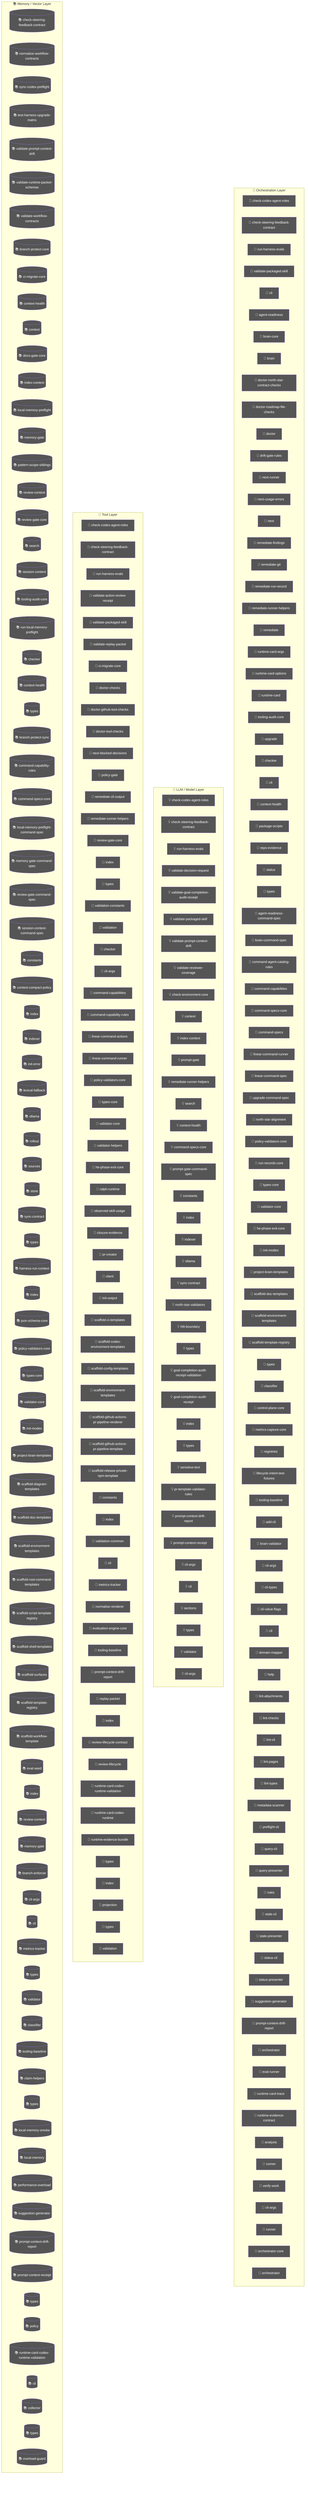
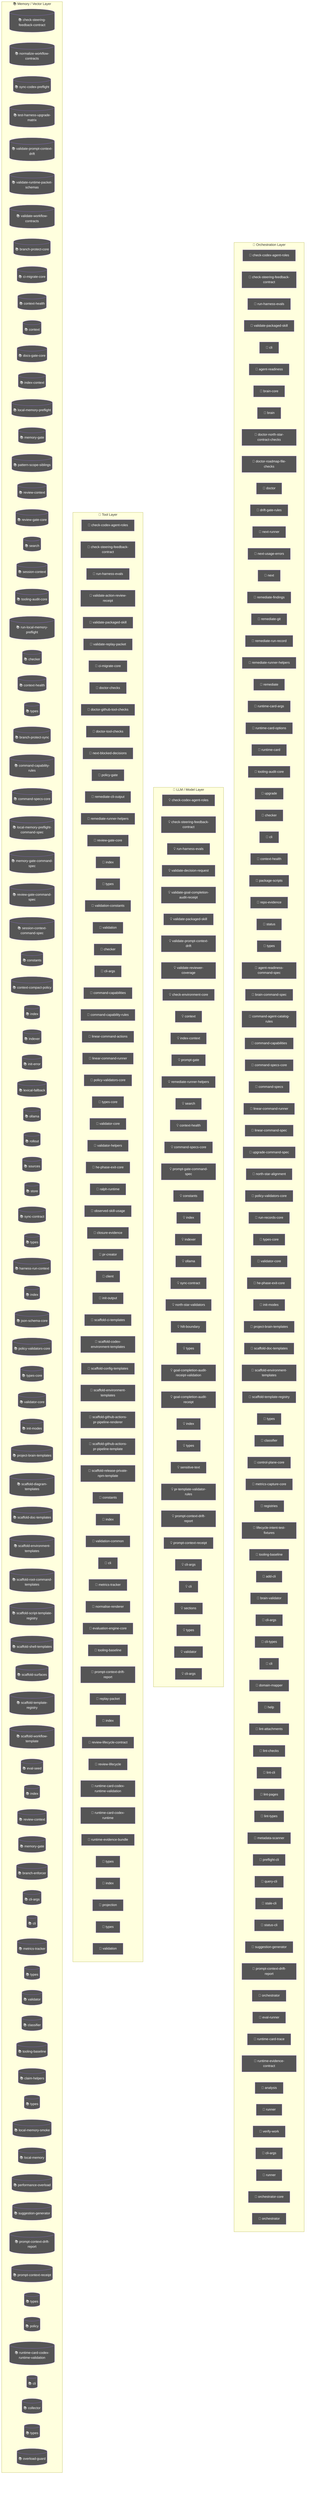
flowchart TD
  subgraph Orchestration["🎯 Orchestration Layer"]
    node_agent_mmd_orchestration_layer_orchestration_chec_7a9f0b64["🤖 check-codex-agent-roles"]
    node_agent_mmd_orchestration_layer_orchestration_chec_7fd47f5c["🤖 check-steering-feedback-contract"]
    node_agent_mmd_orchestration_layer_orchestration_run__18817957["🤖 run-harness-evals"]
    node_agent_mmd_orchestration_layer_orchestration_vali_c01b04be["🤖 validate-packaged-skill"]
    cli_99bb8840["🤖 cli"]
    agent_readiness_c82c68e6["🤖 agent-readiness"]
    brain_core_aa07c380["🤖 brain-core"]
    brain_bbbf7a64["🤖 brain"]
    doctor_north_star_contract_checks_0048124c["🤖 doctor-north-star-contract-checks"]
    doctor_roadmap_file_checks_14447b8e["🤖 doctor-roadmap-file-checks"]
    doctor_72f4be89["🤖 doctor"]
    drift_gate_rules_9685e72d["🤖 drift-gate-rules"]
    next_runner_41643472["🤖 next-runner"]
    next_usage_errors_837a345a["🤖 next-usage-errors"]
    next_c6c1c9a9["🤖 next"]
    remediate_findings_8b09c8c6["🤖 remediate-findings"]
    remediate_git_58c6f6f4["🤖 remediate-git"]
    remediate_run_record_9dfe5dc1["🤖 remediate-run-record"]
    node_agent_mmd_orchestration_layer_orchestration_reme_359fe98f["🤖 remediate-runner-helpers"]
    remediate_06b9c7fc["🤖 remediate"]
    runtime_card_args_2b3d4b28["🤖 runtime-card-args"]
    runtime_card_options_c9156ad5["🤖 runtime-card-options"]
    runtime_card_e06b53e1["🤖 runtime-card"]
    node_agent_mmd_orchestration_layer_orchestration_tool_acfe0c01["🤖 tooling-audit-core"]
    upgrade_7fef9479["🤖 upgrade"]
    node_agent_mmd_orchestration_layer_orchestration_chec_0550c395["🤖 checker"]
    cli_1_084e05fe["🤖 cli"]
    node_agent_mmd_orchestration_layer_orchestration_cont_61b3b9c9["🤖 context-health"]
    package_scripts_3ee6150f["🤖 package-scripts"]
    repo_evidence_38bb1de5["🤖 repo-evidence"]
    status_073c1634["🤖 status"]
    node_agent_mmd_orchestration_layer_orchestration_type_4f906dcc["🤖 types"]
    agent_readiness_command_spec_a30c2c1e["🤖 agent-readiness-command-spec"]
    brain_command_spec_15b122d5["🤖 brain-command-spec"]
    command_agent_catalog_rules_8e06b2af["🤖 command-agent-catalog-rules"]
    node_agent_mmd_orchestration_layer_orchestration_comm_6e41a7f7["🤖 command-capabilities"]
    node_agent_mmd_orchestration_layer_orchestration_comm_1f8cc24c["🤖 command-specs-core"]
    command_specs_69167c63["🤖 command-specs"]
    node_agent_mmd_orchestration_layer_orchestration_line_b67affd5["🤖 linear-command-runner"]
    linear_command_spec_1e12dd44["🤖 linear-command-spec"]
    upgrade_command_spec_03f6c7bd["🤖 upgrade-command-spec"]
    north_star_alignment_00440188["🤖 north-star-alignment"]
    node_agent_mmd_orchestration_layer_orchestration_poli_3270b55d["🤖 policy-validators-core"]
    run_records_core_89286dfa["🤖 run-records-core"]
    node_agent_mmd_orchestration_layer_orchestration_type_7cf81261["🤖 types-core"]
    node_agent_mmd_orchestration_layer_orchestration_vali_d9fe99e6["🤖 validator-core"]
    node_agent_mmd_orchestration_layer_orchestration_he_p_fc778c24["🤖 he-phase-exit-core"]
    node_agent_mmd_orchestration_layer_orchestration_init_2a9c3ecb["🤖 init-modes"]
    node_agent_mmd_orchestration_layer_orchestration_proj_6ab6f60f["🤖 project-brain-templates"]
    node_agent_mmd_orchestration_layer_orchestration_scaf_12cc07db["🤖 scaffold-doc-templates"]
    node_agent_mmd_orchestration_layer_orchestration_scaf_c9a90c2f["🤖 scaffold-environment-templates"]
    node_agent_mmd_orchestration_layer_orchestration_scaf_ff8f92f6["🤖 scaffold-template-registry"]
    types_15_86775c96["🤖 types"]
    node_agent_mmd_orchestration_layer_orchestration_clas_899b821a["🤖 classifier"]
    control_plane_core_db3b4cb2["🤖 control-plane-core"]
    metrics_capture_core_db4bf7cf["🤖 metrics-capture-core"]
    registries_06402afa["🤖 registries"]
    lifecycle_intent_test_fixtures_a53c7ada["🤖 lifecycle-intent-test-fixtures"]
    node_agent_mmd_orchestration_layer_orchestration_tool_cc43149f["🤖 tooling-baseline"]
    add_cli_7614de25["🤖 add-cli"]
    brain_validator_be251832["🤖 brain-validator"]
    cli_args_8_d546936e["🤖 cli-args"]
    cli_types_1686e858["🤖 cli-types"]
-     cli_value_flags_732a8e43["🤖 cli-value-flags"]
    cli_9_b54c1407["🤖 cli"]
    domain_mapper_cd9333d2["🤖 domain-mapper"]
    help_106a5842["🤖 help"]
    lint_attachments_873c0632["🤖 lint-attachments"]
    lint_checks_83522b19["🤖 lint-checks"]
    lint_cli_9ec62ec0["🤖 lint-cli"]
    lint_pages_e33301d0["🤖 lint-pages"]
    lint_types_2862c255["🤖 lint-types"]
    metadata_scanner_6a101b66["🤖 metadata-scanner"]
    preflight_cli_5d148379["🤖 preflight-cli"]
    query_cli_b95be64d["🤖 query-cli"]
-     query_presenter_02e6077c["🤖 query-presenter"]
-     rules_6c621d1a["🤖 rules"]
    stale_cli_64548720["🤖 stale-cli"]
-     stale_presenter_1de4e3a2["🤖 stale-presenter"]
    status_cli_4c24a0d6["🤖 status-cli"]
-     status_presenter_8de686c1["🤖 status-presenter"]
    node_agent_mmd_orchestration_layer_orchestration_sugg_85c5ebe3["🤖 suggestion-generator"]
    node_agent_mmd_orchestration_layer_orchestration_prom_d17b4de2["🤖 prompt-context-drift-report"]
    orchestrator_11376b7e["🤖 orchestrator"]
    eval_runner_0966a6b3["🤖 eval-runner"]
    runtime_card_trace_64a5ca95["🤖 runtime-card-trace"]
    runtime_evidence_contract_0f7b15b2["🤖 runtime-evidence-contract"]
    analysis_f44e85c4["🤖 analysis"]
    runner_527aa9f4["🤖 runner"]
    verify_work_1_cd8e7ec3["🤖 verify-work"]
    cli_args_14_3481043e["🤖 cli-args"]
    runner_1_6f281bf8["🤖 runner"]
    orchestrator_core_d0678b53["🤖 orchestrator-core"]
    orchestrator_1_6b7137c5["🤖 orchestrator"]
  end
  subgraph LLMLayer["🧠 LLM / Model Layer"]
    node_agent_mmd_llm_model_layer_llmlayer_check_codex_a_29e7b7fa["💡 check-codex-agent-roles"]
    node_agent_mmd_llm_model_layer_llmlayer_check_steerin_0e1bf90d["💡 check-steering-feedback-contract"]
    node_agent_mmd_llm_model_layer_llmlayer_run_harness_e_603fcfdc["💡 run-harness-evals"]
    validate_decision_request_2e5c325e["💡 validate-decision-request"]
    validate_goal_completion_audit_receipt_100d252c["💡 validate-goal-completion-audit-receipt"]
    node_agent_mmd_llm_model_layer_llmlayer_validate_pack_2a12e1f4["💡 validate-packaged-skill"]
    node_agent_mmd_llm_model_layer_llmlayer_validate_prom_9880f764["💡 validate-prompt-context-drift"]
    validate_reviewer_coverage_251efee3["💡 validate-reviewer-coverage"]
    check_environment_core_2c16213f["💡 check-environment-core"]
    node_agent_mmd_llm_model_layer_llmlayer_context_conte_ad2dfbd9["💡 context"]
    node_agent_mmd_llm_model_layer_llmlayer_index_context_1041bd11["💡 index-context"]
    prompt_gate_c5e9d207["💡 prompt-gate"]
    node_agent_mmd_llm_model_layer_llmlayer_remediate_run_9e3d4585["💡 remediate-runner-helpers"]
    node_agent_mmd_llm_model_layer_llmlayer_search_search_66b9a911["💡 search"]
    node_agent_mmd_llm_model_layer_llmlayer_context_healt_cfc0bfa8["💡 context-health"]
    node_agent_mmd_llm_model_layer_llmlayer_command_specs_782af9fa["💡 command-specs-core"]
    prompt_gate_command_spec_9a941482["💡 prompt-gate-command-spec"]
    node_agent_mmd_llm_model_layer_llmlayer_constants_con_c9bd3f6c["💡 constants"]
    node_agent_mmd_llm_model_layer_llmlayer_index_index_1_02e160ff["💡 index"]
    node_agent_mmd_llm_model_layer_llmlayer_indexer_index_4f4deef5["💡 indexer"]
    node_agent_mmd_llm_model_layer_llmlayer_ollama_ollama_968b23fa["💡 ollama"]
    node_agent_mmd_llm_model_layer_llmlayer_sync_contract_9f3cc8c1["💡 sync-contract"]
    north_star_validators_cfc926ce["💡 north-star-validators"]
    hilt_boundary_9b36fb15["💡 hilt-boundary"]
    types_9_1db4641f["💡 types"]
    goal_completion_audit_receipt_validation_9d0f4891["💡 goal-completion-audit-receipt-validation"]
    goal_completion_audit_receipt_5e4939c3["💡 goal-completion-audit-receipt"]
    index_4_013aa0e3["💡 index"]
    node_agent_mmd_llm_model_layer_llmlayer_constants_con_c9bd3f6c["💡 constants"]
    types_16_0fae1112["💡 types"]
    sensitive_text_7c11f760["💡 sensitive-text"]
    pr_template_validator_rules_20a32d6b["💡 pr-template-validator-rules"]
    node_agent_mmd_llm_model_layer_llmlayer_index_index_1_02e160ff["💡 index"]
    node_agent_mmd_llm_model_layer_llmlayer_prompt_contex_81f9066a["💡 prompt-context-drift-report"]
    node_agent_mmd_llm_model_layer_llmlayer_index_index_1_02e160ff["💡 index"]
    node_agent_mmd_llm_model_layer_llmlayer_prompt_contex_6426acc2["💡 prompt-context-receipt"]
    cli_args_9_9c136878["💡 cli-args"]
    cli_10_35dc8cbd["💡 cli"]
    sections_4697ef32["💡 sections"]
    types_26_a5814179["💡 types"]
    validator_6_3688adbf["💡 validator"]
    cli_args_10_861cdd3f["💡 cli-args"]
  end
  subgraph ToolLayer["🔧 Tool Layer"]
    node_agent_mmd_tool_layer_toollayer_check_codex_agent_4b361d5a["🔧 check-codex-agent-roles"]
    node_agent_mmd_tool_layer_toollayer_check_steering_fe_eafecf3a["🔧 check-steering-feedback-contract"]
    node_agent_mmd_tool_layer_toollayer_run_harness_evals_e2ee24f1["🔧 run-harness-evals"]
    validate_action_review_receipt_fa2f06c3["🔧 validate-action-review-receipt"]
    node_agent_mmd_tool_layer_toollayer_validate_packaged_2855c827["🔧 validate-packaged-skill"]
    validate_replay_packet_f309747e["🔧 validate-replay-packet"]
    node_agent_mmd_tool_layer_toollayer_ci_migrate_core_c_049f8460["🔧 ci-migrate-core"]
    doctor_checks_5a2eb2b9["🔧 doctor-checks"]
    doctor_github_tool_checks_a53b0382["🔧 doctor-github-tool-checks"]
    doctor_tool_checks_4acac51a["🔧 doctor-tool-checks"]
    next_blocked_decisions_4140ad2b["🔧 next-blocked-decisions"]
    policy_gate_213f7313["🔧 policy-gate"]
    remediate_cli_output_cc165396["🔧 remediate-cli-output"]
    node_agent_mmd_tool_layer_toollayer_remediate_runner__c003b871["🔧 remediate-runner-helpers"]
    node_agent_mmd_tool_layer_toollayer_review_gate_core__7704598b["🔧 review-gate-core"]
    index_1bc04b52["🔧 index"]
    types_1_4ecdf56e["🔧 types"]
    validation_constants_e002a0f6["🔧 validation-constants"]
    validation_98c41dcd["🔧 validation"]
    node_agent_mmd_tool_layer_toollayer_checker_checker_2_453d593b["🔧 checker"]
    cli_args_1_6144b055["🔧 cli-args"]
    node_agent_mmd_tool_layer_toollayer_command_capabilit_7fe13db1["🔧 command-capabilities"]
    node_agent_mmd_tool_layer_toollayer_command_capabilit_e97a4615["🔧 command-capability-rules"]
    linear_command_actions_e430f4f4["🔧 linear-command-actions"]
    node_agent_mmd_tool_layer_toollayer_linear_command_ru_d6763748["🔧 linear-command-runner"]
    node_agent_mmd_tool_layer_toollayer_policy_validators_af136abf["🔧 policy-validators-core"]
    node_agent_mmd_tool_layer_toollayer_types_core_types__6c8319b6["🔧 types-core"]
    node_agent_mmd_tool_layer_toollayer_validator_core_va_6ef6131f["🔧 validator-core"]
    validator_helpers_7b927667["🔧 validator-helpers"]
    node_agent_mmd_tool_layer_toollayer_he_phase_exit_cor_af016160["🔧 he-phase-exit-core"]
    ralph_runtime_73d63c0e["🔧 ralph-runtime"]
    observed_skill_usage_ed7d5930["🔧 observed-skill-usage"]
    closure_evidence_aaa31467["🔧 closure-evidence"]
    pr_creator_dc6b1ea4["🔧 pr-creator"]
    client_948fe603["🔧 client"]
    init_output_360dce91["🔧 init-output"]
    scaffold_ci_templates_2afd6392["🔧 scaffold-ci-templates"]
    scaffold_codex_environment_templates_334fbbed["🔧 scaffold-codex-environment-templates"]
    scaffold_config_templates_4b80ce53["🔧 scaffold-config-templates"]
    node_agent_mmd_tool_layer_toollayer_scaffold_environm_c1afc013["🔧 scaffold-environment-templates"]
    scaffold_github_actions_pr_pipeline_renderer_1ee18de5["🔧 scaffold-github-actions-pr-pipeline-renderer"]
    scaffold_github_actions_pr_pipeline_template_e2b85f62["🔧 scaffold-github-actions-pr-pipeline-template"]
    scaffold_release_private_npm_template_075499f8["🔧 scaffold-release-private-npm-template"]
    node_agent_mmd_tool_layer_toollayer_constants_constan_9d71b829["🔧 constants"]
    index_8_6f0f20ec["🔧 index"]
    validation_common_6161e48b["🔧 validation-common"]
    node_agent_mmd_tool_layer_toollayer_cli_cli_2_1_32d9eeaf["🔧 cli"]
    node_agent_mmd_tool_layer_toollayer_metrics_tracker_m_4c9237d8["🔧 metrics-tracker"]
    normalise_renderer_85f2e563["🔧 normalise-renderer"]
    evaluation_engine_core_e054fe49["🔧 evaluation-engine-core"]
    node_agent_mmd_tool_layer_toollayer_tooling_baseline__61e66e9f["🔧 tooling-baseline"]
    node_agent_mmd_tool_layer_toollayer_prompt_context_dr_a2772f2b["🔧 prompt-context-drift-report"]
    replay_packet_a1293f88["🔧 replay-packet"]
    index_13_97df39c8["🔧 index"]
    review_lifecycle_contract_e5447221["🔧 review-lifecycle-contract"]
    review_lifecycle_89afa64c["🔧 review-lifecycle"]
    node_agent_mmd_tool_layer_toollayer_runtime_card_code_3636ceac["🔧 runtime-card-codex-runtime-validation"]
    runtime_card_codex_runtime_0655e230["🔧 runtime-card-codex-runtime"]
    runtime_evidence_bundle_d471a232["🔧 runtime-evidence-bundle"]
    types_35_93e66c64["🔧 types"]
    index_16_373c8a49["🔧 index"]
    projection_1b250ea1["🔧 projection"]
    types_37_32ccf9f9["🔧 types"]
    validation_7_c4e6d8b6["🔧 validation"]
  end
  subgraph MemoryLayer["📚 Memory / Vector Layer"]
    node_agent_mmd_memory_vector_layer_memorylayer_check__64c86928[("📚 check-steering-feedback-contract")]
    normalize_workflow_contracts_8701f1c8[("📚 normalize-workflow-contracts")]
    sync_codex_preflight_7e7a8dc2[("📚 sync-codex-preflight")]
    test_harness_upgrade_matrix_84113c4e[("📚 test-harness-upgrade-matrix")]
    node_agent_mmd_memory_vector_layer_memorylayer_valida_c52c4db8[("📚 validate-prompt-context-drift")]
    validate_runtime_packet_schemas_bc3ba8ec[("📚 validate-runtime-packet-schemas")]
    validate_workflow_contracts_33dc063c[("📚 validate-workflow-contracts")]
    branch_protect_core_a8feb0fd[("📚 branch-protect-core")]
    node_agent_mmd_memory_vector_layer_memorylayer_ci_mig_0cd5b1a4[("📚 ci-migrate-core")]
    context_health_80bb7da9[("📚 context-health")]
    node_agent_mmd_memory_vector_layer_memorylayer_contex_78ceaaa9[("📚 context")]
    docs_gate_core_eb9b6c18[("📚 docs-gate-core")]
    node_agent_mmd_memory_vector_layer_memorylayer_index__6f3402d0[("📚 index-context")]
    local_memory_preflight_dcc36c42[("📚 local-memory-preflight")]
    memory_gate_a577a506[("📚 memory-gate")]
    pattern_scope_siblings_43abe000[("📚 pattern-scope-siblings")]
    review_context_ca6cf81d[("📚 review-context")]
    node_agent_mmd_memory_vector_layer_memorylayer_review_5bee9816[("📚 review-gate-core")]
    node_agent_mmd_memory_vector_layer_memorylayer_search_ac35cb7e[("📚 search")]
    session_context_e5ec72c0[("📚 session-context")]
    node_agent_mmd_memory_vector_layer_memorylayer_toolin_a1185b8f[("📚 tooling-audit-core")]
    run_local_memory_preflight_36e92808[("📚 run-local-memory-preflight")]
    node_agent_mmd_memory_vector_layer_memorylayer_checke_a583eb4f[("📚 checker")]
    node_agent_mmd_memory_vector_layer_memorylayer_contex_3204aa0e[("📚 context-health")]
    node_agent_mmd_memory_vector_layer_memorylayer_types__9ad640a0[("📚 types")]
    branch_protect_sync_570adb18[("📚 branch-protect-sync")]
    node_agent_mmd_memory_vector_layer_memorylayer_comman_c72a5d05[("📚 command-capability-rules")]
    node_agent_mmd_memory_vector_layer_memorylayer_comman_111eb454[("📚 command-specs-core")]
    local_memory_preflight_command_spec_9e23f3ce[("📚 local-memory-preflight-command-spec")]
    memory_gate_command_spec_dc9001a9[("📚 memory-gate-command-spec")]
    review_gate_command_spec_3187376a[("📚 review-gate-command-spec")]
    session_context_command_spec_973afbb1[("📚 session-context-command-spec")]
    node_agent_mmd_memory_vector_layer_memorylayer_consta_702d3f46[("📚 constants")]
    context_compact_policy_3dcaf95d[("📚 context-compact-policy")]
    node_agent_mmd_memory_vector_layer_memorylayer_index__752bc61e[("📚 index")]
    node_agent_mmd_memory_vector_layer_memorylayer_indexe_93e6d86f[("📚 indexer")]
    init_error_5c7dd49f[("📚 init-error")]
    lexical_fallback_723e2b3e[("📚 lexical-fallback")]
    node_agent_mmd_memory_vector_layer_memorylayer_ollama_6d51be16[("📚 ollama")]
    rollout_a4fa034c[("📚 rollout")]
    sources_878a52fc[("📚 sources")]
    store_824d80d7[("📚 store")]
    node_agent_mmd_memory_vector_layer_memorylayer_sync_c_e43418bc[("📚 sync-contract")]
    types_7_2f1ed65e[("📚 types")]
    harness_run_context_ac7c77a9[("📚 harness-run-context")]
    index_3_7e40d474[("📚 index")]
    json_schema_core_96d7e328[("📚 json-schema-core")]
    node_agent_mmd_memory_vector_layer_memorylayer_policy_1944de42[("📚 policy-validators-core")]
    node_agent_mmd_memory_vector_layer_memorylayer_types__83f369fa[("📚 types-core")]
    node_agent_mmd_memory_vector_layer_memorylayer_valida_41034356[("📚 validator-core")]
    node_agent_mmd_memory_vector_layer_memorylayer_init_m_333d02c5[("📚 init-modes")]
    node_agent_mmd_memory_vector_layer_memorylayer_projec_3ae304d9[("📚 project-brain-templates")]
    scaffold_diagram_templates_dd88e83c[("📚 scaffold-diagram-templates")]
    node_agent_mmd_memory_vector_layer_memorylayer_scaffo_5fd73b94[("📚 scaffold-doc-templates")]
    node_agent_mmd_memory_vector_layer_memorylayer_scaffo_12b42341[("📚 scaffold-environment-templates")]
    scaffold_root_command_templates_404fed7f[("📚 scaffold-root-command-templates")]
    scaffold_script_template_registry_69312d4e[("📚 scaffold-script-template-registry")]
    scaffold_shell_templates_0ad0f915[("📚 scaffold-shell-templates")]
    scaffold_surfaces_12d6494e[("📚 scaffold-surfaces")]
    node_agent_mmd_memory_vector_layer_memorylayer_scaffo_a86eece1[("📚 scaffold-template-registry")]
    scaffold_workflow_template_92310587[("📚 scaffold-workflow-template")]
    eval_seed_5699fd3e[("📚 eval-seed")]
    index_9_32dd4d91[("📚 index")]
    review_context_1_e3afed15[("📚 review-context")]
    memory_gate_1_265164ac[("📚 memory-gate")]
    branch_enforcer_acb749cd[("📚 branch-enforcer")]
    cli_args_5_09ea29f0[("📚 cli-args")]
    node_agent_mmd_memory_vector_layer_memorylayer_cli_cl_1f1f89ab[("📚 cli")]
    node_agent_mmd_memory_vector_layer_memorylayer_metric_12562178[("📚 metrics-tracker")]
    types_18_37582e2a[("📚 types")]
    validator_4_5180cf23[("📚 validator")]
    node_agent_mmd_memory_vector_layer_memorylayer_classi_1ebbf5ff[("📚 classifier")]
    node_agent_mmd_memory_vector_layer_memorylayer_toolin_14f86b00[("📚 tooling-baseline")]
    claim_helpers_20dc8387[("📚 claim-helpers")]
    types_23_4352ee2e[("📚 types")]
    local_memory_smoke_1175abfc[("📚 local-memory-smoke")]
    local_memory_0db17ecc[("📚 local-memory")]
    performance_overload_c685bfcf[("📚 performance-overload")]
    node_agent_mmd_memory_vector_layer_memorylayer_sugges_267f408d[("📚 suggestion-generator")]
    node_agent_mmd_memory_vector_layer_memorylayer_index__752bc61e[("📚 index")]
    node_agent_mmd_memory_vector_layer_memorylayer_prompt_ae34fc43[("📚 prompt-context-drift-report")]
    node_agent_mmd_memory_vector_layer_memorylayer_index__752bc61e[("📚 index")]
    node_agent_mmd_memory_vector_layer_memorylayer_prompt_55c0d605[("📚 prompt-context-receipt")]
    types_30_424b976c[("📚 types")]
    policy_1_fc4198db[("📚 policy")]
    node_agent_mmd_memory_vector_layer_memorylayer_runtim_a5d23e7f[("📚 runtime-card-codex-runtime-validation")]
    cli_11_338a8415[("📚 cli")]
    collector_0736fd5b[("📚 collector")]
    types_33_16e22a82[("📚 types")]
    overload_guard_2748c559[("📚 overload-guard")]
  end
  classDef agentNode fill:#555,color:#fff
-   class node_agent_mmd_orchestration_layer_orchestration_chec_7a9f0b64,node_agent_mmd_llm_model_layer_llmlayer_check_codex_a_29e7b7fa,node_agent_mmd_tool_layer_toollayer_check_codex_agent_4b361d5a,node_agent_mmd_orchestration_layer_orchestration_chec_7fd47f5c,node_agent_mmd_llm_model_layer_llmlayer_check_steerin_0e1bf90d,node_agent_mmd_tool_layer_toollayer_check_steering_fe_eafecf3a,node_agent_mmd_memory_vector_layer_memorylayer_check__64c86928,node_agent_mmd_orchestration_layer_orchestration_run__18817957,node_agent_mmd_llm_model_layer_llmlayer_run_harness_e_603fcfdc,node_agent_mmd_tool_layer_toollayer_run_harness_evals_e2ee24f1,node_agent_mmd_orchestration_layer_orchestration_vali_c01b04be,node_agent_mmd_llm_model_layer_llmlayer_validate_pack_2a12e1f4,node_agent_mmd_tool_layer_toollayer_validate_packaged_2855c827,cli_99bb8840,agent_readiness_c82c68e6,brain_core_aa07c380,brain_bbbf7a64,doctor_north_star_contract_checks_0048124c,doctor_roadmap_file_checks_14447b8e,doctor_72f4be89,drift_gate_rules_9685e72d,next_runner_41643472,next_usage_errors_837a345a,next_c6c1c9a9,remediate_findings_8b09c8c6,remediate_git_58c6f6f4,remediate_run_record_9dfe5dc1,node_agent_mmd_orchestration_layer_orchestration_reme_359fe98f,node_agent_mmd_llm_model_layer_llmlayer_remediate_run_9e3d4585,node_agent_mmd_tool_layer_toollayer_remediate_runner__c003b871,remediate_06b9c7fc,runtime_card_args_2b3d4b28,runtime_card_options_c9156ad5,runtime_card_e06b53e1,node_agent_mmd_orchestration_layer_orchestration_tool_acfe0c01,node_agent_mmd_memory_vector_layer_memorylayer_toolin_a1185b8f,upgrade_7fef9479,node_agent_mmd_orchestration_layer_orchestration_chec_0550c395,node_agent_mmd_tool_layer_toollayer_checker_checker_2_453d593b,node_agent_mmd_memory_vector_layer_memorylayer_checke_a583eb4f,cli_1_084e05fe,node_agent_mmd_orchestration_layer_orchestration_cont_61b3b9c9,node_agent_mmd_llm_model_layer_llmlayer_context_healt_cfc0bfa8,node_agent_mmd_memory_vector_layer_memorylayer_contex_3204aa0e,package_scripts_3ee6150f,repo_evidence_38bb1de5,status_073c1634,node_agent_mmd_orchestration_layer_orchestration_type_4f906dcc,node_agent_mmd_memory_vector_layer_memorylayer_types__9ad640a0,agent_readiness_command_spec_a30c2c1e,brain_command_spec_15b122d5,command_agent_catalog_rules_8e06b2af,node_agent_mmd_orchestration_layer_orchestration_comm_6e41a7f7,node_agent_mmd_tool_layer_toollayer_command_capabilit_7fe13db1,node_agent_mmd_orchestration_layer_orchestration_comm_1f8cc24c,node_agent_mmd_llm_model_layer_llmlayer_command_specs_782af9fa,node_agent_mmd_memory_vector_layer_memorylayer_comman_111eb454,command_specs_69167c63,node_agent_mmd_orchestration_layer_orchestration_line_b67affd5,node_agent_mmd_tool_layer_toollayer_linear_command_ru_d6763748,linear_command_spec_1e12dd44,upgrade_command_spec_03f6c7bd,north_star_alignment_00440188,node_agent_mmd_orchestration_layer_orchestration_poli_3270b55d,node_agent_mmd_tool_layer_toollayer_policy_validators_af136abf,node_agent_mmd_memory_vector_layer_memorylayer_policy_1944de42,run_records_core_89286dfa,node_agent_mmd_orchestration_layer_orchestration_type_7cf81261,node_agent_mmd_tool_layer_toollayer_types_core_types__6c8319b6,node_agent_mmd_memory_vector_layer_memorylayer_types__83f369fa,node_agent_mmd_orchestration_layer_orchestration_vali_d9fe99e6,node_agent_mmd_tool_layer_toollayer_validator_core_va_6ef6131f,node_agent_mmd_memory_vector_layer_memorylayer_valida_41034356,node_agent_mmd_orchestration_layer_orchestration_he_p_fc778c24,node_agent_mmd_tool_layer_toollayer_he_phase_exit_cor_af016160,node_agent_mmd_orchestration_layer_orchestration_init_2a9c3ecb,node_agent_mmd_memory_vector_layer_memorylayer_init_m_333d02c5,node_agent_mmd_orchestration_layer_orchestration_proj_6ab6f60f,node_agent_mmd_memory_vector_layer_memorylayer_projec_3ae304d9,node_agent_mmd_orchestration_layer_orchestration_scaf_12cc07db,node_agent_mmd_memory_vector_layer_memorylayer_scaffo_5fd73b94,node_agent_mmd_orchestration_layer_orchestration_scaf_c9a90c2f,node_agent_mmd_tool_layer_toollayer_scaffold_environm_c1afc013,node_agent_mmd_memory_vector_layer_memorylayer_scaffo_12b42341,node_agent_mmd_orchestration_layer_orchestration_scaf_ff8f92f6,node_agent_mmd_memory_vector_layer_memorylayer_scaffo_a86eece1,types_15_86775c96,node_agent_mmd_orchestration_layer_orchestration_clas_899b821a,node_agent_mmd_memory_vector_layer_memorylayer_classi_1ebbf5ff,control_plane_core_db3b4cb2,metrics_capture_core_db4bf7cf,registries_06402afa,lifecycle_intent_test_fixtures_a53c7ada,node_agent_mmd_orchestration_layer_orchestration_tool_cc43149f,node_agent_mmd_tool_layer_toollayer_tooling_baseline__61e66e9f,node_agent_mmd_memory_vector_layer_memorylayer_toolin_14f86b00,add_cli_7614de25,brain_validator_be251832,cli_args_8_d546936e,cli_types_1686e858,cli_value_flags_732a8e43,cli_9_b54c1407,domain_mapper_cd9333d2,help_106a5842,lint_attachments_873c0632,lint_checks_83522b19,lint_cli_9ec62ec0,lint_pages_e33301d0,lint_types_2862c255,metadata_scanner_6a101b66,preflight_cli_5d148379,query_cli_b95be64d,query_presenter_02e6077c,rules_6c621d1a,stale_cli_64548720,stale_presenter_1de4e3a2,status_cli_4c24a0d6,status_presenter_8de686c1,node_agent_mmd_orchestration_layer_orchestration_sugg_85c5ebe3,node_agent_mmd_memory_vector_layer_memorylayer_sugges_267f408d,node_agent_mmd_orchestration_layer_orchestration_prom_d17b4de2,node_agent_mmd_llm_model_layer_llmlayer_prompt_contex_81f9066a,node_agent_mmd_tool_layer_toollayer_prompt_context_dr_a2772f2b,node_agent_mmd_memory_vector_layer_memorylayer_prompt_ae34fc43,orchestrator_11376b7e,eval_runner_0966a6b3,runtime_card_trace_64a5ca95,runtime_evidence_contract_0f7b15b2,analysis_f44e85c4,runner_527aa9f4,verify_work_1_cd8e7ec3,cli_args_14_3481043e,runner_1_6f281bf8,orchestrator_core_d0678b53,orchestrator_1_6b7137c5 agentNode
+   class node_agent_mmd_orchestration_layer_orchestration_chec_7a9f0b64,node_agent_mmd_llm_model_layer_llmlayer_check_codex_a_29e7b7fa,node_agent_mmd_tool_layer_toollayer_check_codex_agent_4b361d5a,node_agent_mmd_orchestration_layer_orchestration_chec_7fd47f5c,node_agent_mmd_llm_model_layer_llmlayer_check_steerin_0e1bf90d,node_agent_mmd_tool_layer_toollayer_check_steering_fe_eafecf3a,node_agent_mmd_memory_vector_layer_memorylayer_check__64c86928,node_agent_mmd_orchestration_layer_orchestration_run__18817957,node_agent_mmd_llm_model_layer_llmlayer_run_harness_e_603fcfdc,node_agent_mmd_tool_layer_toollayer_run_harness_evals_e2ee24f1,node_agent_mmd_orchestration_layer_orchestration_vali_c01b04be,node_agent_mmd_llm_model_layer_llmlayer_validate_pack_2a12e1f4,node_agent_mmd_tool_layer_toollayer_validate_packaged_2855c827,cli_99bb8840,agent_readiness_c82c68e6,brain_core_aa07c380,brain_bbbf7a64,doctor_north_star_contract_checks_0048124c,doctor_roadmap_file_checks_14447b8e,doctor_72f4be89,drift_gate_rules_9685e72d,next_runner_41643472,next_usage_errors_837a345a,next_c6c1c9a9,remediate_findings_8b09c8c6,remediate_git_58c6f6f4,remediate_run_record_9dfe5dc1,node_agent_mmd_orchestration_layer_orchestration_reme_359fe98f,node_agent_mmd_llm_model_layer_llmlayer_remediate_run_9e3d4585,node_agent_mmd_tool_layer_toollayer_remediate_runner__c003b871,remediate_06b9c7fc,runtime_card_args_2b3d4b28,runtime_card_options_c9156ad5,runtime_card_e06b53e1,node_agent_mmd_orchestration_layer_orchestration_tool_acfe0c01,node_agent_mmd_memory_vector_layer_memorylayer_toolin_a1185b8f,upgrade_7fef9479,node_agent_mmd_orchestration_layer_orchestration_chec_0550c395,node_agent_mmd_tool_layer_toollayer_checker_checker_2_453d593b,node_agent_mmd_memory_vector_layer_memorylayer_checke_a583eb4f,cli_1_084e05fe,node_agent_mmd_orchestration_layer_orchestration_cont_61b3b9c9,node_agent_mmd_llm_model_layer_llmlayer_context_healt_cfc0bfa8,node_agent_mmd_memory_vector_layer_memorylayer_contex_3204aa0e,package_scripts_3ee6150f,repo_evidence_38bb1de5,status_073c1634,node_agent_mmd_orchestration_layer_orchestration_type_4f906dcc,node_agent_mmd_memory_vector_layer_memorylayer_types__9ad640a0,agent_readiness_command_spec_a30c2c1e,brain_command_spec_15b122d5,command_agent_catalog_rules_8e06b2af,node_agent_mmd_orchestration_layer_orchestration_comm_6e41a7f7,node_agent_mmd_tool_layer_toollayer_command_capabilit_7fe13db1,node_agent_mmd_orchestration_layer_orchestration_comm_1f8cc24c,node_agent_mmd_llm_model_layer_llmlayer_command_specs_782af9fa,node_agent_mmd_memory_vector_layer_memorylayer_comman_111eb454,command_specs_69167c63,node_agent_mmd_orchestration_layer_orchestration_line_b67affd5,node_agent_mmd_tool_layer_toollayer_linear_command_ru_d6763748,linear_command_spec_1e12dd44,upgrade_command_spec_03f6c7bd,north_star_alignment_00440188,node_agent_mmd_orchestration_layer_orchestration_poli_3270b55d,node_agent_mmd_tool_layer_toollayer_policy_validators_af136abf,node_agent_mmd_memory_vector_layer_memorylayer_policy_1944de42,run_records_core_89286dfa,node_agent_mmd_orchestration_layer_orchestration_type_7cf81261,node_agent_mmd_tool_layer_toollayer_types_core_types__6c8319b6,node_agent_mmd_memory_vector_layer_memorylayer_types__83f369fa,node_agent_mmd_orchestration_layer_orchestration_vali_d9fe99e6,node_agent_mmd_tool_layer_toollayer_validator_core_va_6ef6131f,node_agent_mmd_memory_vector_layer_memorylayer_valida_41034356,node_agent_mmd_orchestration_layer_orchestration_he_p_fc778c24,node_agent_mmd_tool_layer_toollayer_he_phase_exit_cor_af016160,node_agent_mmd_orchestration_layer_orchestration_init_2a9c3ecb,node_agent_mmd_memory_vector_layer_memorylayer_init_m_333d02c5,node_agent_mmd_orchestration_layer_orchestration_proj_6ab6f60f,node_agent_mmd_memory_vector_layer_memorylayer_projec_3ae304d9,node_agent_mmd_orchestration_layer_orchestration_scaf_12cc07db,node_agent_mmd_memory_vector_layer_memorylayer_scaffo_5fd73b94,node_agent_mmd_orchestration_layer_orchestration_scaf_c9a90c2f,node_agent_mmd_tool_layer_toollayer_scaffold_environm_c1afc013,node_agent_mmd_memory_vector_layer_memorylayer_scaffo_12b42341,node_agent_mmd_orchestration_layer_orchestration_scaf_ff8f92f6,node_agent_mmd_memory_vector_layer_memorylayer_scaffo_a86eece1,types_15_86775c96,node_agent_mmd_orchestration_layer_orchestration_clas_899b821a,node_agent_mmd_memory_vector_layer_memorylayer_classi_1ebbf5ff,control_plane_core_db3b4cb2,metrics_capture_core_db4bf7cf,registries_06402afa,lifecycle_intent_test_fixtures_a53c7ada,node_agent_mmd_orchestration_layer_orchestration_tool_cc43149f,node_agent_mmd_tool_layer_toollayer_tooling_baseline__61e66e9f,node_agent_mmd_memory_vector_layer_memorylayer_toolin_14f86b00,add_cli_7614de25,brain_validator_be251832,cli_args_8_d546936e,cli_types_1686e858,cli_9_b54c1407,domain_mapper_cd9333d2,help_106a5842,lint_attachments_873c0632,lint_checks_83522b19,lint_cli_9ec62ec0,lint_pages_e33301d0,lint_types_2862c255,metadata_scanner_6a101b66,preflight_cli_5d148379,query_cli_b95be64d,stale_cli_64548720,status_cli_4c24a0d6,node_agent_mmd_orchestration_layer_orchestration_sugg_85c5ebe3,node_agent_mmd_memory_vector_layer_memorylayer_sugges_267f408d,node_agent_mmd_orchestration_layer_orchestration_prom_d17b4de2,node_agent_mmd_llm_model_layer_llmlayer_prompt_contex_81f9066a,node_agent_mmd_tool_layer_toollayer_prompt_context_dr_a2772f2b,node_agent_mmd_memory_vector_layer_memorylayer_prompt_ae34fc43,orchestrator_11376b7e,eval_runner_0966a6b3,runtime_card_trace_64a5ca95,runtime_evidence_contract_0f7b15b2,analysis_f44e85c4,runner_527aa9f4,verify_work_1_cd8e7ec3,cli_args_14_3481043e,runner_1_6f281bf8,orchestrator_core_d0678b53,orchestrator_1_6b7137c5 agentNode
  classDef llmNode fill:#555,color:#fff
  class node_agent_mmd_orchestration_layer_orchestration_chec_7a9f0b64,node_agent_mmd_llm_model_layer_llmlayer_check_codex_a_29e7b7fa,node_agent_mmd_tool_layer_toollayer_check_codex_agent_4b361d5a,node_agent_mmd_orchestration_layer_orchestration_chec_7fd47f5c,node_agent_mmd_llm_model_layer_llmlayer_check_steerin_0e1bf90d,node_agent_mmd_tool_layer_toollayer_check_steering_fe_eafecf3a,node_agent_mmd_memory_vector_layer_memorylayer_check__64c86928,node_agent_mmd_orchestration_layer_orchestration_run__18817957,node_agent_mmd_llm_model_layer_llmlayer_run_harness_e_603fcfdc,node_agent_mmd_tool_layer_toollayer_run_harness_evals_e2ee24f1,validate_decision_request_2e5c325e,validate_goal_completion_audit_receipt_100d252c,node_agent_mmd_orchestration_layer_orchestration_vali_c01b04be,node_agent_mmd_llm_model_layer_llmlayer_validate_pack_2a12e1f4,node_agent_mmd_tool_layer_toollayer_validate_packaged_2855c827,node_agent_mmd_llm_model_layer_llmlayer_validate_prom_9880f764,node_agent_mmd_memory_vector_layer_memorylayer_valida_c52c4db8,validate_reviewer_coverage_251efee3,check_environment_core_2c16213f,node_agent_mmd_llm_model_layer_llmlayer_context_conte_ad2dfbd9,node_agent_mmd_memory_vector_layer_memorylayer_contex_78ceaaa9,node_agent_mmd_llm_model_layer_llmlayer_index_context_1041bd11,node_agent_mmd_memory_vector_layer_memorylayer_index__6f3402d0,prompt_gate_c5e9d207,node_agent_mmd_orchestration_layer_orchestration_reme_359fe98f,node_agent_mmd_llm_model_layer_llmlayer_remediate_run_9e3d4585,node_agent_mmd_tool_layer_toollayer_remediate_runner__c003b871,node_agent_mmd_llm_model_layer_llmlayer_search_search_66b9a911,node_agent_mmd_memory_vector_layer_memorylayer_search_ac35cb7e,node_agent_mmd_orchestration_layer_orchestration_cont_61b3b9c9,node_agent_mmd_llm_model_layer_llmlayer_context_healt_cfc0bfa8,node_agent_mmd_memory_vector_layer_memorylayer_contex_3204aa0e,node_agent_mmd_orchestration_layer_orchestration_comm_1f8cc24c,node_agent_mmd_llm_model_layer_llmlayer_command_specs_782af9fa,node_agent_mmd_memory_vector_layer_memorylayer_comman_111eb454,prompt_gate_command_spec_9a941482,node_agent_mmd_llm_model_layer_llmlayer_constants_con_c9bd3f6c,node_agent_mmd_memory_vector_layer_memorylayer_consta_702d3f46,node_agent_mmd_llm_model_layer_llmlayer_index_index_1_02e160ff,node_agent_mmd_memory_vector_layer_memorylayer_index__752bc61e,node_agent_mmd_llm_model_layer_llmlayer_indexer_index_4f4deef5,node_agent_mmd_memory_vector_layer_memorylayer_indexe_93e6d86f,node_agent_mmd_llm_model_layer_llmlayer_ollama_ollama_968b23fa,node_agent_mmd_memory_vector_layer_memorylayer_ollama_6d51be16,node_agent_mmd_llm_model_layer_llmlayer_sync_contract_9f3cc8c1,node_agent_mmd_memory_vector_layer_memorylayer_sync_c_e43418bc,north_star_validators_cfc926ce,hilt_boundary_9b36fb15,types_9_1db4641f,goal_completion_audit_receipt_validation_9d0f4891,goal_completion_audit_receipt_5e4939c3,index_4_013aa0e3,node_agent_mmd_tool_layer_toollayer_constants_constan_9d71b829,types_16_0fae1112,sensitive_text_7c11f760,pr_template_validator_rules_20a32d6b,node_agent_mmd_orchestration_layer_orchestration_prom_d17b4de2,node_agent_mmd_llm_model_layer_llmlayer_prompt_contex_81f9066a,node_agent_mmd_tool_layer_toollayer_prompt_context_dr_a2772f2b,node_agent_mmd_memory_vector_layer_memorylayer_prompt_ae34fc43,node_agent_mmd_llm_model_layer_llmlayer_prompt_contex_6426acc2,node_agent_mmd_memory_vector_layer_memorylayer_prompt_55c0d605,cli_args_9_9c136878,cli_10_35dc8cbd,sections_4697ef32,types_26_a5814179,validator_6_3688adbf,cli_args_10_861cdd3f llmNode
  classDef toolNode fill:#555,color:#fff
  class node_agent_mmd_orchestration_layer_orchestration_chec_7a9f0b64,node_agent_mmd_llm_model_layer_llmlayer_check_codex_a_29e7b7fa,node_agent_mmd_tool_layer_toollayer_check_codex_agent_4b361d5a,node_agent_mmd_orchestration_layer_orchestration_chec_7fd47f5c,node_agent_mmd_llm_model_layer_llmlayer_check_steerin_0e1bf90d,node_agent_mmd_tool_layer_toollayer_check_steering_fe_eafecf3a,node_agent_mmd_memory_vector_layer_memorylayer_check__64c86928,node_agent_mmd_orchestration_layer_orchestration_run__18817957,node_agent_mmd_llm_model_layer_llmlayer_run_harness_e_603fcfdc,node_agent_mmd_tool_layer_toollayer_run_harness_evals_e2ee24f1,validate_action_review_receipt_fa2f06c3,node_agent_mmd_orchestration_layer_orchestration_vali_c01b04be,node_agent_mmd_llm_model_layer_llmlayer_validate_pack_2a12e1f4,node_agent_mmd_tool_layer_toollayer_validate_packaged_2855c827,validate_replay_packet_f309747e,node_agent_mmd_tool_layer_toollayer_ci_migrate_core_c_049f8460,node_agent_mmd_memory_vector_layer_memorylayer_ci_mig_0cd5b1a4,doctor_checks_5a2eb2b9,doctor_github_tool_checks_a53b0382,doctor_tool_checks_4acac51a,next_blocked_decisions_4140ad2b,policy_gate_213f7313,remediate_cli_output_cc165396,node_agent_mmd_orchestration_layer_orchestration_reme_359fe98f,node_agent_mmd_llm_model_layer_llmlayer_remediate_run_9e3d4585,node_agent_mmd_tool_layer_toollayer_remediate_runner__c003b871,node_agent_mmd_tool_layer_toollayer_review_gate_core__7704598b,node_agent_mmd_memory_vector_layer_memorylayer_review_5bee9816,index_1bc04b52,types_1_4ecdf56e,validation_constants_e002a0f6,validation_98c41dcd,node_agent_mmd_orchestration_layer_orchestration_chec_0550c395,node_agent_mmd_tool_layer_toollayer_checker_checker_2_453d593b,node_agent_mmd_memory_vector_layer_memorylayer_checke_a583eb4f,cli_args_1_6144b055,node_agent_mmd_orchestration_layer_orchestration_comm_6e41a7f7,node_agent_mmd_tool_layer_toollayer_command_capabilit_7fe13db1,node_agent_mmd_tool_layer_toollayer_command_capabilit_e97a4615,node_agent_mmd_memory_vector_layer_memorylayer_comman_c72a5d05,linear_command_actions_e430f4f4,node_agent_mmd_orchestration_layer_orchestration_line_b67affd5,node_agent_mmd_tool_layer_toollayer_linear_command_ru_d6763748,node_agent_mmd_orchestration_layer_orchestration_poli_3270b55d,node_agent_mmd_tool_layer_toollayer_policy_validators_af136abf,node_agent_mmd_memory_vector_layer_memorylayer_policy_1944de42,node_agent_mmd_orchestration_layer_orchestration_type_7cf81261,node_agent_mmd_tool_layer_toollayer_types_core_types__6c8319b6,node_agent_mmd_memory_vector_layer_memorylayer_types__83f369fa,node_agent_mmd_orchestration_layer_orchestration_vali_d9fe99e6,node_agent_mmd_tool_layer_toollayer_validator_core_va_6ef6131f,node_agent_mmd_memory_vector_layer_memorylayer_valida_41034356,validator_helpers_7b927667,node_agent_mmd_orchestration_layer_orchestration_he_p_fc778c24,node_agent_mmd_tool_layer_toollayer_he_phase_exit_cor_af016160,ralph_runtime_73d63c0e,observed_skill_usage_ed7d5930,closure_evidence_aaa31467,pr_creator_dc6b1ea4,client_948fe603,init_output_360dce91,scaffold_ci_templates_2afd6392,scaffold_codex_environment_templates_334fbbed,scaffold_config_templates_4b80ce53,node_agent_mmd_orchestration_layer_orchestration_scaf_c9a90c2f,node_agent_mmd_tool_layer_toollayer_scaffold_environm_c1afc013,node_agent_mmd_memory_vector_layer_memorylayer_scaffo_12b42341,scaffold_github_actions_pr_pipeline_renderer_1ee18de5,scaffold_github_actions_pr_pipeline_template_e2b85f62,scaffold_release_private_npm_template_075499f8,node_agent_mmd_llm_model_layer_llmlayer_constants_con_c9bd3f6c,node_agent_mmd_tool_layer_toollayer_constants_constan_9d71b829,index_8_6f0f20ec,validation_common_6161e48b,node_agent_mmd_tool_layer_toollayer_cli_cli_2_1_32d9eeaf,node_agent_mmd_memory_vector_layer_memorylayer_cli_cl_1f1f89ab,node_agent_mmd_tool_layer_toollayer_metrics_tracker_m_4c9237d8,node_agent_mmd_memory_vector_layer_memorylayer_metric_12562178,normalise_renderer_85f2e563,evaluation_engine_core_e054fe49,node_agent_mmd_orchestration_layer_orchestration_tool_cc43149f,node_agent_mmd_tool_layer_toollayer_tooling_baseline__61e66e9f,node_agent_mmd_memory_vector_layer_memorylayer_toolin_14f86b00,node_agent_mmd_orchestration_layer_orchestration_prom_d17b4de2,node_agent_mmd_llm_model_layer_llmlayer_prompt_contex_81f9066a,node_agent_mmd_tool_layer_toollayer_prompt_context_dr_a2772f2b,node_agent_mmd_memory_vector_layer_memorylayer_prompt_ae34fc43,replay_packet_a1293f88,index_13_97df39c8,review_lifecycle_contract_e5447221,review_lifecycle_89afa64c,node_agent_mmd_tool_layer_toollayer_runtime_card_code_3636ceac,node_agent_mmd_memory_vector_layer_memorylayer_runtim_a5d23e7f,runtime_card_codex_runtime_0655e230,runtime_evidence_bundle_d471a232,types_35_93e66c64,index_16_373c8a49,projection_1b250ea1,types_37_32ccf9f9,validation_7_c4e6d8b6 toolNode
  classDef memNode fill:#555,color:#fff
  class node_agent_mmd_orchestration_layer_orchestration_chec_7fd47f5c,node_agent_mmd_llm_model_layer_llmlayer_check_steerin_0e1bf90d,node_agent_mmd_tool_layer_toollayer_check_steering_fe_eafecf3a,node_agent_mmd_memory_vector_layer_memorylayer_check__64c86928,normalize_workflow_contracts_8701f1c8,sync_codex_preflight_7e7a8dc2,test_harness_upgrade_matrix_84113c4e,node_agent_mmd_llm_model_layer_llmlayer_validate_prom_9880f764,node_agent_mmd_memory_vector_layer_memorylayer_valida_c52c4db8,validate_runtime_packet_schemas_bc3ba8ec,validate_workflow_contracts_33dc063c,branch_protect_core_a8feb0fd,node_agent_mmd_tool_layer_toollayer_ci_migrate_core_c_049f8460,node_agent_mmd_memory_vector_layer_memorylayer_ci_mig_0cd5b1a4,context_health_80bb7da9,node_agent_mmd_llm_model_layer_llmlayer_context_conte_ad2dfbd9,node_agent_mmd_memory_vector_layer_memorylayer_contex_78ceaaa9,docs_gate_core_eb9b6c18,node_agent_mmd_llm_model_layer_llmlayer_index_context_1041bd11,node_agent_mmd_memory_vector_layer_memorylayer_index__6f3402d0,local_memory_preflight_dcc36c42,memory_gate_a577a506,pattern_scope_siblings_43abe000,review_context_ca6cf81d,node_agent_mmd_tool_layer_toollayer_review_gate_core__7704598b,node_agent_mmd_memory_vector_layer_memorylayer_review_5bee9816,node_agent_mmd_llm_model_layer_llmlayer_search_search_66b9a911,node_agent_mmd_memory_vector_layer_memorylayer_search_ac35cb7e,session_context_e5ec72c0,node_agent_mmd_orchestration_layer_orchestration_tool_acfe0c01,node_agent_mmd_memory_vector_layer_memorylayer_toolin_a1185b8f,run_local_memory_preflight_36e92808,node_agent_mmd_orchestration_layer_orchestration_chec_0550c395,node_agent_mmd_tool_layer_toollayer_checker_checker_2_453d593b,node_agent_mmd_memory_vector_layer_memorylayer_checke_a583eb4f,node_agent_mmd_orchestration_layer_orchestration_cont_61b3b9c9,node_agent_mmd_llm_model_layer_llmlayer_context_healt_cfc0bfa8,node_agent_mmd_memory_vector_layer_memorylayer_contex_3204aa0e,node_agent_mmd_orchestration_layer_orchestration_type_4f906dcc,node_agent_mmd_memory_vector_layer_memorylayer_types__9ad640a0,branch_protect_sync_570adb18,node_agent_mmd_tool_layer_toollayer_command_capabilit_e97a4615,node_agent_mmd_memory_vector_layer_memorylayer_comman_c72a5d05,node_agent_mmd_orchestration_layer_orchestration_comm_1f8cc24c,node_agent_mmd_llm_model_layer_llmlayer_command_specs_782af9fa,node_agent_mmd_memory_vector_layer_memorylayer_comman_111eb454,local_memory_preflight_command_spec_9e23f3ce,memory_gate_command_spec_dc9001a9,review_gate_command_spec_3187376a,session_context_command_spec_973afbb1,node_agent_mmd_llm_model_layer_llmlayer_constants_con_c9bd3f6c,node_agent_mmd_memory_vector_layer_memorylayer_consta_702d3f46,context_compact_policy_3dcaf95d,node_agent_mmd_llm_model_layer_llmlayer_index_index_1_02e160ff,node_agent_mmd_memory_vector_layer_memorylayer_index__752bc61e,node_agent_mmd_llm_model_layer_llmlayer_indexer_index_4f4deef5,node_agent_mmd_memory_vector_layer_memorylayer_indexe_93e6d86f,init_error_5c7dd49f,lexical_fallback_723e2b3e,node_agent_mmd_llm_model_layer_llmlayer_ollama_ollama_968b23fa,node_agent_mmd_memory_vector_layer_memorylayer_ollama_6d51be16,rollout_a4fa034c,sources_878a52fc,store_824d80d7,node_agent_mmd_llm_model_layer_llmlayer_sync_contract_9f3cc8c1,node_agent_mmd_memory_vector_layer_memorylayer_sync_c_e43418bc,types_7_2f1ed65e,harness_run_context_ac7c77a9,index_3_7e40d474,json_schema_core_96d7e328,node_agent_mmd_orchestration_layer_orchestration_poli_3270b55d,node_agent_mmd_tool_layer_toollayer_policy_validators_af136abf,node_agent_mmd_memory_vector_layer_memorylayer_policy_1944de42,node_agent_mmd_orchestration_layer_orchestration_type_7cf81261,node_agent_mmd_tool_layer_toollayer_types_core_types__6c8319b6,node_agent_mmd_memory_vector_layer_memorylayer_types__83f369fa,node_agent_mmd_orchestration_layer_orchestration_vali_d9fe99e6,node_agent_mmd_tool_layer_toollayer_validator_core_va_6ef6131f,node_agent_mmd_memory_vector_layer_memorylayer_valida_41034356,node_agent_mmd_orchestration_layer_orchestration_init_2a9c3ecb,node_agent_mmd_memory_vector_layer_memorylayer_init_m_333d02c5,node_agent_mmd_orchestration_layer_orchestration_proj_6ab6f60f,node_agent_mmd_memory_vector_layer_memorylayer_projec_3ae304d9,scaffold_diagram_templates_dd88e83c,node_agent_mmd_orchestration_layer_orchestration_scaf_12cc07db,node_agent_mmd_memory_vector_layer_memorylayer_scaffo_5fd73b94,node_agent_mmd_orchestration_layer_orchestration_scaf_c9a90c2f,node_agent_mmd_tool_layer_toollayer_scaffold_environm_c1afc013,node_agent_mmd_memory_vector_layer_memorylayer_scaffo_12b42341,scaffold_root_command_templates_404fed7f,scaffold_script_template_registry_69312d4e,scaffold_shell_templates_0ad0f915,scaffold_surfaces_12d6494e,node_agent_mmd_orchestration_layer_orchestration_scaf_ff8f92f6,node_agent_mmd_memory_vector_layer_memorylayer_scaffo_a86eece1,scaffold_workflow_template_92310587,eval_seed_5699fd3e,index_9_32dd4d91,review_context_1_e3afed15,memory_gate_1_265164ac,branch_enforcer_acb749cd,cli_args_5_09ea29f0,node_agent_mmd_tool_layer_toollayer_cli_cli_2_1_32d9eeaf,node_agent_mmd_memory_vector_layer_memorylayer_cli_cl_1f1f89ab,node_agent_mmd_tool_layer_toollayer_metrics_tracker_m_4c9237d8,node_agent_mmd_memory_vector_layer_memorylayer_metric_12562178,types_18_37582e2a,validator_4_5180cf23,node_agent_mmd_orchestration_layer_orchestration_clas_899b821a,node_agent_mmd_memory_vector_layer_memorylayer_classi_1ebbf5ff,node_agent_mmd_orchestration_layer_orchestration_tool_cc43149f,node_agent_mmd_tool_layer_toollayer_tooling_baseline__61e66e9f,node_agent_mmd_memory_vector_layer_memorylayer_toolin_14f86b00,claim_helpers_20dc8387,types_23_4352ee2e,local_memory_smoke_1175abfc,local_memory_0db17ecc,performance_overload_c685bfcf,node_agent_mmd_orchestration_layer_orchestration_sugg_85c5ebe3,node_agent_mmd_memory_vector_layer_memorylayer_sugges_267f408d,node_agent_mmd_orchestration_layer_orchestration_prom_d17b4de2,node_agent_mmd_llm_model_layer_llmlayer_prompt_contex_81f9066a,node_agent_mmd_tool_layer_toollayer_prompt_context_dr_a2772f2b,node_agent_mmd_memory_vector_layer_memorylayer_prompt_ae34fc43,node_agent_mmd_llm_model_layer_llmlayer_prompt_contex_6426acc2,node_agent_mmd_memory_vector_layer_memorylayer_prompt_55c0d605,types_30_424b976c,policy_1_fc4198db,node_agent_mmd_tool_layer_toollayer_runtime_card_code_3636ceac,node_agent_mmd_memory_vector_layer_memorylayer_runtim_a5d23e7f,cli_11_338a8415,collector_0736fd5b,types_33_16e22a82,overload_guard_2748c559 memNode
